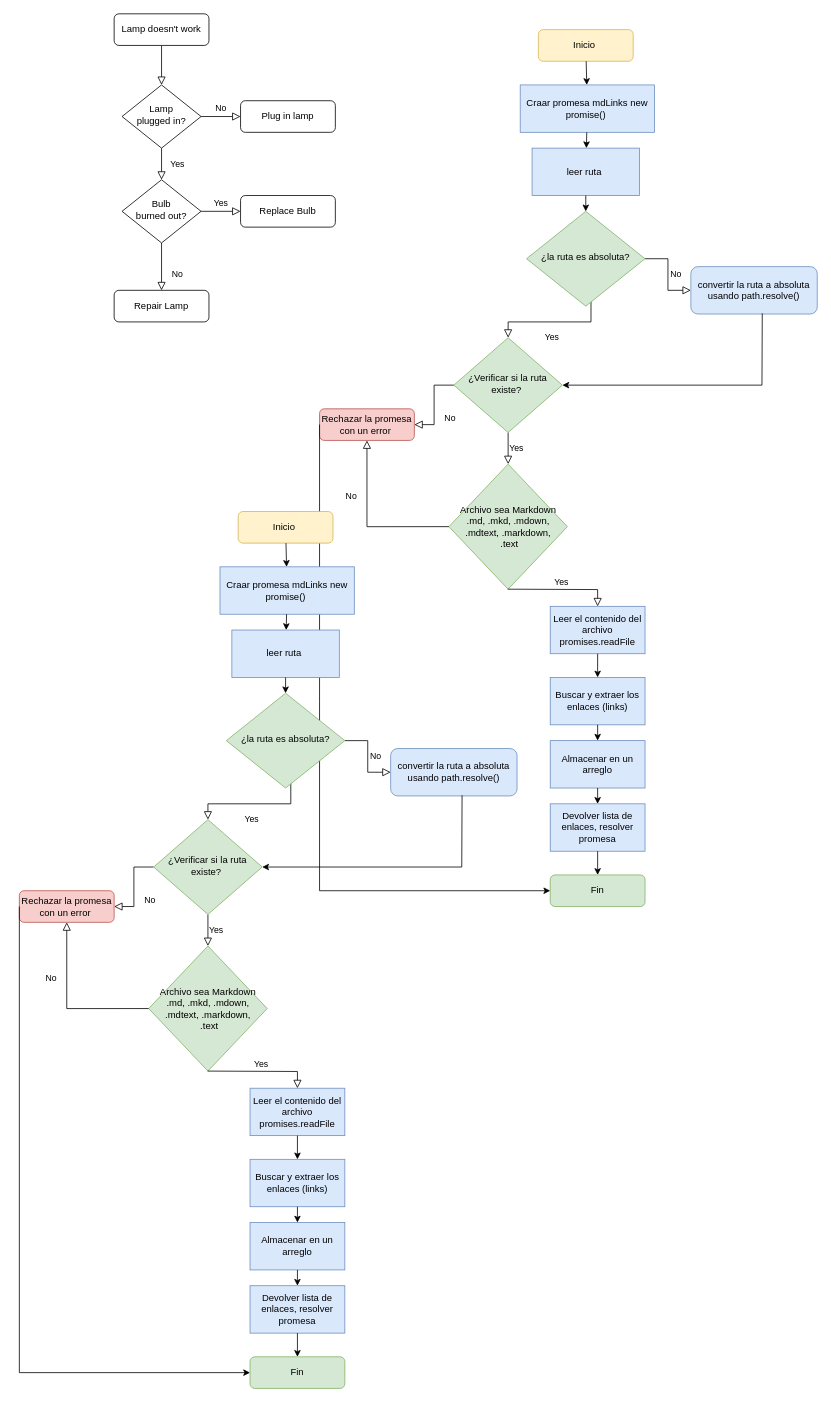
Before: page "Page-1" (1 of 2) of docs/Diagrama sin título.drawio in jazminmontenegro/DEV010-md-links, a draw.io diagram. Source tidied: cells renumbered, new cells numbered last; positions are measured from the earlier drawing's top-left corner, leaving out a move shared by most shapes. Both pictures are drawn from the tidied source at 79%, with x=0, y=0 at pixel (19, 13).
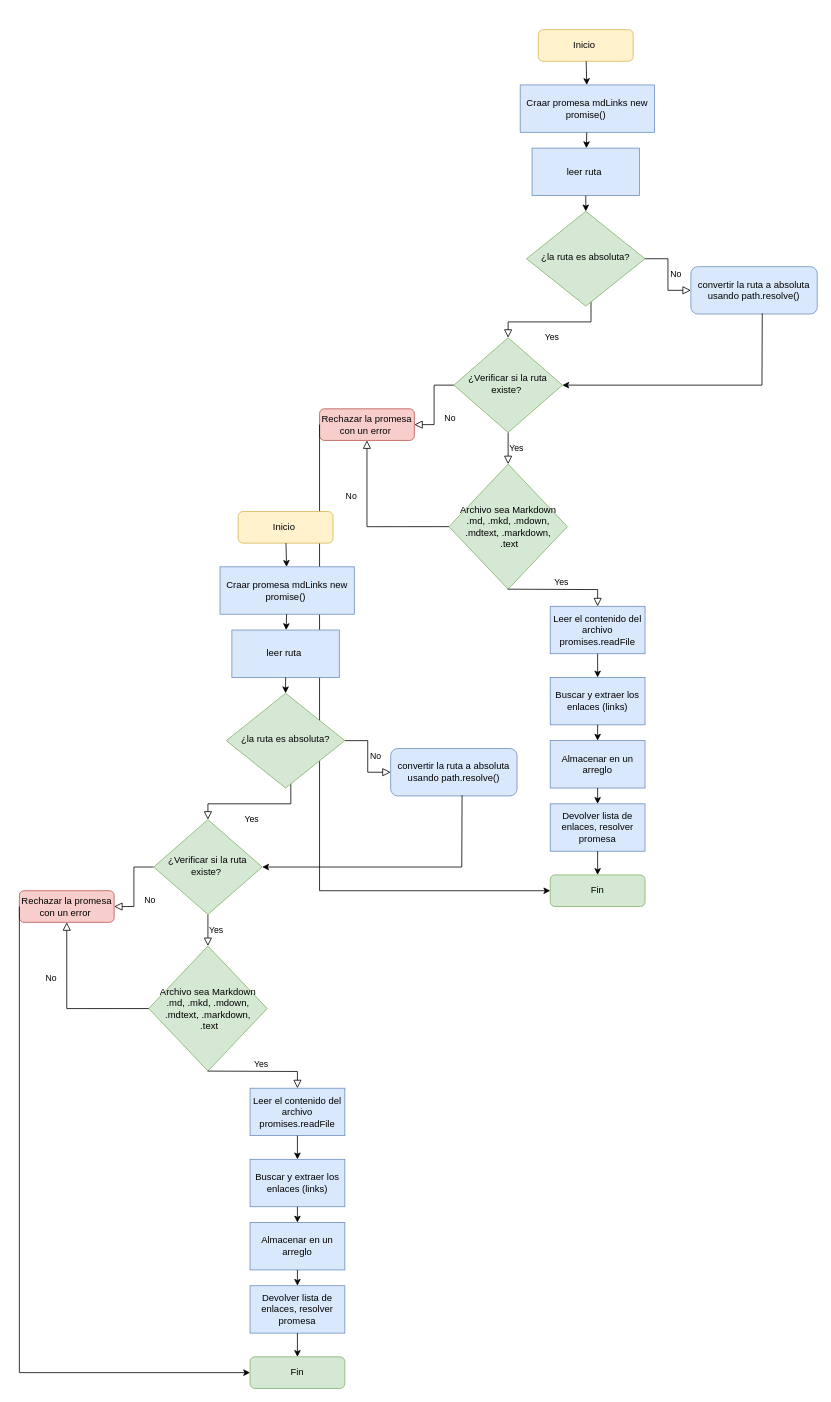
The same diagram, later.

Diff of the diagram source:
```diff
@@
-    <mxCell id="2" style="rounded=0;html=1;jettySize=auto;fontSize=11;endArrow=block;endFill=0;endSize=8;strokeWidth=1;shadow=0;labelBackgroundColor=none;edgeStyle=orthogonalEdgeStyle;" parent="1" edge="1" source="3" target="6">
-      <mxGeometry relative="1" as="geometry" />
-    </mxCell>
-    <mxCell id="3" value="Lamp doesn't work" style="rounded=1;whiteSpace=wrap;html=1;fontSize=12;glass=0;strokeWidth=1;shadow=0;" parent="1" vertex="1">
-      <mxGeometry x="120" width="120" height="40" as="geometry" />
-    </mxCell>
-    <mxCell id="4" value="Yes" style="rounded=0;html=1;jettySize=auto;fontSize=11;endArrow=block;endFill=0;endSize=8;strokeWidth=1;shadow=0;labelBackgroundColor=none;edgeStyle=orthogonalEdgeStyle;" parent="1" edge="1" source="6" target="10">
-      <mxGeometry y="20" relative="1" as="geometry" />
-    </mxCell>
-    <mxCell id="5" value="No" style="edgeStyle=orthogonalEdgeStyle;rounded=0;html=1;jettySize=auto;fontSize=11;endArrow=block;endFill=0;endSize=8;strokeWidth=1;shadow=0;labelBackgroundColor=none;" parent="1" edge="1" source="6" target="7">
-      <mxGeometry y="10" relative="1" as="geometry" />
-    </mxCell>
-    <mxCell id="6" value="Lamp&lt;br&gt;plugged in?" style="rhombus;whiteSpace=wrap;html=1;shadow=0;fontFamily=Helvetica;fontSize=12;align=center;strokeWidth=1;spacing=6;spacingTop=-4;" parent="1" vertex="1">
-      <mxGeometry x="130" y="90" width="100" height="80" as="geometry" />
-    </mxCell>
-    <mxCell id="7" value="Plug in lamp" style="rounded=1;whiteSpace=wrap;html=1;fontSize=12;glass=0;strokeWidth=1;shadow=0;" parent="1" vertex="1">
-      <mxGeometry x="280" y="110" width="120" height="40" as="geometry" />
-    </mxCell>
-    <mxCell id="8" value="No" style="rounded=0;html=1;jettySize=auto;fontSize=11;endArrow=block;endFill=0;endSize=8;strokeWidth=1;shadow=0;labelBackgroundColor=none;edgeStyle=orthogonalEdgeStyle;" parent="1" edge="1" source="10" target="11">
-      <mxGeometry x="0.33" y="20" relative="1" as="geometry" />
-    </mxCell>
-    <mxCell id="9" value="Yes" style="edgeStyle=orthogonalEdgeStyle;rounded=0;html=1;jettySize=auto;fontSize=11;endArrow=block;endFill=0;endSize=8;strokeWidth=1;shadow=0;labelBackgroundColor=none;" parent="1" edge="1" source="10" target="12">
-      <mxGeometry y="10" relative="1" as="geometry" />
-    </mxCell>
-    <mxCell id="10" value="Bulb&lt;br&gt;burned out?" style="rhombus;whiteSpace=wrap;html=1;shadow=0;fontFamily=Helvetica;fontSize=12;align=center;strokeWidth=1;spacing=6;spacingTop=-4;" parent="1" vertex="1">
-      <mxGeometry x="130" y="210" width="100" height="80" as="geometry" />
-    </mxCell>
-    <mxCell id="11" value="Repair Lamp" style="rounded=1;whiteSpace=wrap;html=1;fontSize=12;glass=0;strokeWidth=1;shadow=0;" parent="1" vertex="1">
-      <mxGeometry x="120" y="350" width="120" height="40" as="geometry" />
-    </mxCell>
-    <mxCell id="12" value="Replace Bulb" style="rounded=1;whiteSpace=wrap;html=1;fontSize=12;glass=0;strokeWidth=1;shadow=0;" parent="1" vertex="1">
-      <mxGeometry x="280" y="230" width="120" height="40" as="geometry" />
-    </mxCell>
```
